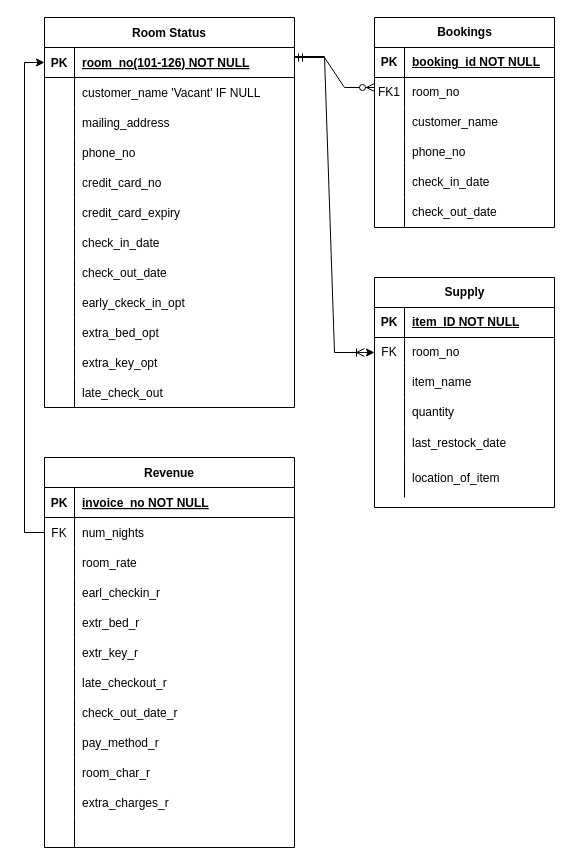
The draw.io diagram QAP4 SG8 Sleep-Tite Motel/SleepTiteERD.drawio in ZCollier-dev/keyin-qap4-zc, before the edit. Source tidied: cells renumbered, new cells numbered last; positions are measured from the earlier drawing's top-left corner, leaving out a move shared by most shapes. Both pictures are drawn from the tidied source at 100%, with x=0, y=0 at pixel (44, 17).
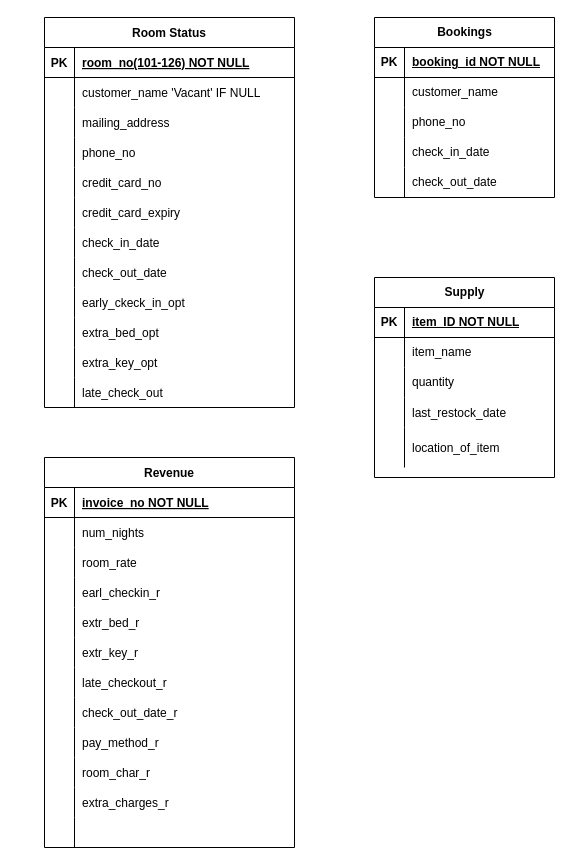
The same diagram, later.

Commit message:
Removed relationship lines on ERD - we're starting over.

The change refers to these unchanged cells:
```xml
<mxCell id="3" style="shape=partialRectangle;fillColor=none;points=[[0,0.5],[1,0.5]];portConstraint=eastwest;top=0;left=0;right=0;bottom=1;" parent="2" vertex="1">
  <mxGeometry y="30" width="250" height="30" as="geometry" />
</mxCell>
<mxCell id="63" style="shape=partialRectangle;fillColor=none;points=[[0,0.5],[1,0.5]];portConstraint=eastwest;top=0;left=0;right=0;bottom=0;" parent="59" vertex="1">
  <mxGeometry y="60" width="250" height="30" as="geometry" />
</mxCell>
```

Change to the diagram source:
```diff
@@
     <mxCell id="39" value="Bookings" style="shape=table;startSize=30;childLayout=tableLayout;rowLines=0;fontStyle=1;align=center;html=1;" parent="1" vertex="1">
-      <mxGeometry x="330" width="180" height="210" as="geometry" />
+      <mxGeometry x="330" width="180" height="180" as="geometry" />
     </mxCell>
@@
-    <mxCell id="43" style="shape=tableRow;horizontal=0;startSize=0;swimlaneHead=0;swimlaneBody=0;fillColor=none;top=0;left=0;right=0;bottom=0;" parent="39" vertex="1">
-      <mxGeometry y="60" width="180" height="30" as="geometry" />
-    </mxCell>
-    <mxCell id="44" value="FK1" style="shape=partialRectangle;fillColor=none;top=0;left=0;bottom=0;right=0;overflow=hidden;whiteSpace=wrap;html=1;" parent="43" vertex="1">
-      <mxGeometry width="30" height="30" as="geometry" />
-    </mxCell>
-    <mxCell id="45" value="room_no" style="shape=partialRectangle;fillColor=none;top=0;left=0;bottom=0;right=0;align=left;spacingLeft=6;overflow=hidden;whiteSpace=wrap;html=1;" parent="43" vertex="1">
-      <mxGeometry x="30" width="150" height="30" as="geometry" />
-    </mxCell>
     <mxCell id="46" style="shape=tableRow;horizontal=0;startSize=0;swimlaneHead=0;swimlaneBody=0;fillColor=none;top=0;left=0;right=0;bottom=0;" parent="39" vertex="1">
-      <mxGeometry y="90" width="180" height="30" as="geometry" />
+      <mxGeometry y="60" width="180" height="30" as="geometry" />
     </mxCell>
@@
     <mxCell id="49" style="shape=tableRow;horizontal=0;startSize=0;swimlaneHead=0;swimlaneBody=0;fillColor=none;top=0;left=0;right=0;bottom=0;" parent="39" vertex="1">
-      <mxGeometry y="120" width="180" height="30" as="geometry" />
+      <mxGeometry y="90" width="180" height="30" as="geometry" />
     </mxCell>
@@
     <mxCell id="52" style="shape=tableRow;horizontal=0;startSize=0;swimlaneHead=0;swimlaneBody=0;fillColor=none;top=0;left=0;right=0;bottom=0;" parent="39" vertex="1">
-      <mxGeometry y="150" width="180" height="30" as="geometry" />
+      <mxGeometry y="120" width="180" height="30" as="geometry" />
     </mxCell>
@@
     <mxCell id="55" style="shape=tableRow;horizontal=0;startSize=0;swimlaneHead=0;swimlaneBody=0;fillColor=none;top=0;left=0;right=0;bottom=0;" parent="39" vertex="1">
-      <mxGeometry y="180" width="180" height="30" as="geometry" />
+      <mxGeometry y="150" width="180" height="30" as="geometry" />
     </mxCell>
@@
-    <mxCell id="58" style="edgeStyle=entityRelationEdgeStyle;fontSize=12;html=1;endArrow=ERzeroToMany;startArrow=ERmandOne;rounded=0;entryX=0;entryY=0.5;entryDx=0;entryDy=0;exitX=1;exitY=0.5;exitDx=0;exitDy=0;" parent="1" edge="1">
-      <mxGeometry relative="1" as="geometry">
-        <mxPoint x="250" y="40" as="sourcePoint" />
-        <mxPoint x="330" y="70" as="targetPoint" />
-        <Array as="points">
-          <mxPoint x="290" y="100" />
-          <mxPoint x="320" y="330" />
-        </Array>
-      </mxGeometry>
-    </mxCell>
@@
-    <mxCell id="64" value="FK" style="shape=partialRectangle;overflow=hidden;fillColor=none;top=0;left=0;bottom=0;right=0;" parent="63" vertex="1">
+    <mxCell id="64" style="shape=partialRectangle;overflow=hidden;fillColor=none;top=0;left=0;bottom=0;right=0;" parent="63" vertex="1">
       <mxGeometry width="30" height="30" as="geometry" />
     </mxCell>
@@
-    <mxCell id="96" style="edgeStyle=orthogonalEdgeStyle;rounded=0;jettySize=auto;html=1;entryX=0;entryY=0.5;entryDx=0;entryDy=0;" parent="1" edge="1" source="63" target="3">
-      <mxGeometry relative="1" as="geometry" />
-    </mxCell>
-    <mxCell id="97" style="edgeStyle=entityRelationEdgeStyle;fontSize=12;html=1;endArrow=ERoneToMany;rounded=0;exitX=1.008;exitY=0.3;exitDx=0;exitDy=0;exitPerimeter=0;" parent="1" edge="1">
-      <mxGeometry relative="1" as="geometry">
-        <mxPoint x="250" y="39" as="sourcePoint" />
-        <mxPoint x="320" y="335" as="targetPoint" />
-        <Array as="points">
-          <mxPoint x="290" y="330" />
-        </Array>
-      </mxGeometry>
-    </mxCell>
     <mxCell id="98" value="Supply" style="shape=table;startSize=30;childLayout=tableLayout;rowLines=0;fontStyle=1;align=center;html=1;" parent="1" vertex="1">
-      <mxGeometry x="330" y="260" width="180" height="230" as="geometry" />
+      <mxGeometry x="330" y="260" width="180" height="200" as="geometry" />
     </mxCell>
@@
-    <mxCell id="102" style="shape=tableRow;horizontal=0;startSize=0;swimlaneHead=0;swimlaneBody=0;fillColor=none;top=0;left=0;right=0;bottom=0;" parent="98" vertex="1">
-      <mxGeometry y="60" width="180" height="30" as="geometry" />
-    </mxCell>
-    <mxCell id="103" value="FK" style="shape=partialRectangle;fillColor=none;top=0;left=0;bottom=0;right=0;overflow=hidden;whiteSpace=wrap;html=1;" parent="102" vertex="1">
-      <mxGeometry width="30" height="30" as="geometry" />
-    </mxCell>
-    <mxCell id="104" value="room_no" style="shape=partialRectangle;fillColor=none;top=0;left=0;bottom=0;right=0;align=left;spacingLeft=6;overflow=hidden;whiteSpace=wrap;html=1;" parent="102" vertex="1">
-      <mxGeometry x="30" width="150" height="30" as="geometry" />
-    </mxCell>
     <mxCell id="105" style="shape=tableRow;horizontal=0;startSize=0;swimlaneHead=0;swimlaneBody=0;fillColor=none;top=0;left=0;right=0;bottom=0;" parent="98" vertex="1">
-      <mxGeometry y="90" width="180" height="30" as="geometry" />
+      <mxGeometry y="60" width="180" height="30" as="geometry" />
     </mxCell>
@@
     <mxCell id="108" style="shape=tableRow;horizontal=0;startSize=0;swimlaneHead=0;swimlaneBody=0;fillColor=none;top=0;left=0;right=0;bottom=0;" parent="98" vertex="1">
-      <mxGeometry y="120" width="180" height="30" as="geometry" />
+      <mxGeometry y="90" width="180" height="30" as="geometry" />
     </mxCell>
@@
     <mxCell id="111" style="shape=tableRow;horizontal=0;startSize=0;swimlaneHead=0;swimlaneBody=0;fillColor=none;top=0;left=0;right=0;bottom=0;" parent="98" vertex="1">
-      <mxGeometry y="150" width="180" height="30" as="geometry" />
+      <mxGeometry y="120" width="180" height="30" as="geometry" />
     </mxCell>
@@
     <mxCell id="114" style="shape=tableRow;horizontal=0;startSize=0;swimlaneHead=0;swimlaneBody=0;fillColor=none;top=0;left=0;right=0;bottom=0;" parent="98" vertex="1">
-      <mxGeometry y="180" width="180" height="40" as="geometry" />
+      <mxGeometry y="150" width="180" height="40" as="geometry" />
     </mxCell>
@@
-    <mxCell id="117" style="edgeStyle=elbowEdgeStyle;rounded=0;orthogonalLoop=1;jettySize=auto;html=1;exitX=0;exitY=0.5;exitDx=0;exitDy=0;" parent="1" edge="1">
-      <mxGeometry relative="1" as="geometry">
-        <mxPoint x="320" y="335" as="sourcePoint" />
-        <mxPoint x="330" y="335" as="targetPoint" />
-      </mxGeometry>
-    </mxCell>
```
